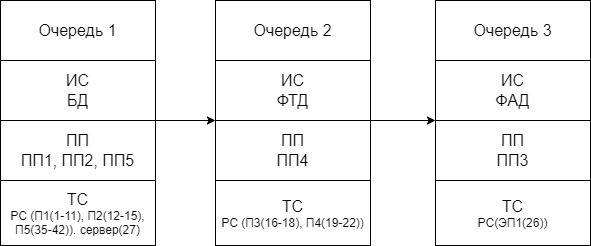
The draw.io diagram PASKurs/лабораторные работы/l6/PAS6.drawio.png in Lenonim/KursPro, before a commit. Source tidied: cells renumbered, new cells last; positions are measured from the earlier drawing's top-left corner, leaving out a move shared by most shapes. Its diagram source:
```xml
<mxGraphModel>
  <root>
    <mxCell id="0" />
    <mxCell id="1" parent="0" />
    <mxCell id="2" style="rounded=0;whiteSpace=wrap;html=1;" parent="1" vertex="1">
      <mxGeometry width="155" height="245" as="geometry" />
    </mxCell>
    <mxCell id="3" value="&lt;font style=&quot;font-size: 16px;&quot;&gt;Очередь 1&lt;/font&gt;" style="rounded=0;whiteSpace=wrap;html=1;" parent="1" vertex="1">
      <mxGeometry width="155" height="60" as="geometry" />
    </mxCell>
    <mxCell id="4" value="&lt;font style=&quot;font-size: 16px;&quot;&gt;ИС&lt;br&gt;БД&lt;br&gt;&lt;/font&gt;" style="rounded=0;whiteSpace=wrap;html=1;" parent="1" vertex="1">
      <mxGeometry y="60" width="155" height="60" as="geometry" />
    </mxCell>
    <mxCell id="5" value="&lt;font style=&quot;&quot;&gt;&lt;span style=&quot;font-size: 16px;&quot;&gt;ПП&lt;/span&gt;&lt;br&gt;&lt;font style=&quot;font-size: 16px;&quot;&gt;ПП1, ПП2, ПП5&lt;/font&gt;&lt;br&gt;&lt;/font&gt;" style="rounded=0;whiteSpace=wrap;html=1;" parent="1" vertex="1">
      <mxGeometry y="120" width="155" height="60" as="geometry" />
    </mxCell>
    <mxCell id="6" value="&lt;font style=&quot;&quot;&gt;&lt;span style=&quot;font-size: 16px;&quot;&gt;ТС&lt;/span&gt;&lt;br&gt;&lt;font style=&quot;font-size: 12px;&quot;&gt;PC (П1(1-11), П2(12-15), П5(35-42)). сервер(27)&lt;/font&gt;&lt;br&gt;&lt;/font&gt;" style="rounded=0;whiteSpace=wrap;html=1;" parent="1" vertex="1">
      <mxGeometry y="180" width="155" height="65" as="geometry" />
    </mxCell>
    <mxCell id="7" style="rounded=0;whiteSpace=wrap;html=1;" parent="1" vertex="1">
      <mxGeometry x="215" width="155" height="245" as="geometry" />
    </mxCell>
    <mxCell id="8" value="&lt;font style=&quot;font-size: 16px;&quot;&gt;Очередь 2&lt;/font&gt;" style="rounded=0;whiteSpace=wrap;html=1;" parent="1" vertex="1">
      <mxGeometry x="215" width="155" height="60" as="geometry" />
    </mxCell>
    <mxCell id="9" value="&lt;font style=&quot;font-size: 16px;&quot;&gt;ИС&lt;br&gt;ФТД&lt;br&gt;&lt;/font&gt;" style="rounded=0;whiteSpace=wrap;html=1;" parent="1" vertex="1">
      <mxGeometry x="215" y="60" width="155" height="60" as="geometry" />
    </mxCell>
    <mxCell id="10" value="&lt;font style=&quot;&quot;&gt;&lt;span style=&quot;font-size: 16px;&quot;&gt;ПП&lt;/span&gt;&lt;br&gt;&lt;font style=&quot;font-size: 16px;&quot;&gt;ПП4&lt;/font&gt;&lt;br&gt;&lt;/font&gt;" style="rounded=0;whiteSpace=wrap;html=1;" parent="1" vertex="1">
      <mxGeometry x="215" y="120" width="155" height="60" as="geometry" />
    </mxCell>
    <mxCell id="11" value="&lt;font style=&quot;&quot;&gt;&lt;span style=&quot;font-size: 16px;&quot;&gt;ТС&lt;/span&gt;&lt;br&gt;PC (П3(16-18), П4(19-22))&lt;br&gt;&lt;/font&gt;" style="rounded=0;whiteSpace=wrap;html=1;" parent="1" vertex="1">
      <mxGeometry x="215" y="180" width="155" height="65" as="geometry" />
    </mxCell>
    <mxCell id="12" style="endArrow=classic;html=1;rounded=0;exitX=1;exitY=1;exitDx=0;exitDy=0;entryX=0;entryY=1;entryDx=0;entryDy=0;" parent="1" edge="1" source="4" target="9">
      <mxGeometry relative="1" as="geometry" />
    </mxCell>
    <mxCell id="13" style="rounded=0;whiteSpace=wrap;html=1;" parent="1" vertex="1">
      <mxGeometry x="435" width="155" height="245" as="geometry" />
    </mxCell>
    <mxCell id="14" value="&lt;font style=&quot;font-size: 16px;&quot;&gt;Очередь 3&lt;/font&gt;" style="rounded=0;whiteSpace=wrap;html=1;" parent="1" vertex="1">
      <mxGeometry x="435" width="155" height="60" as="geometry" />
    </mxCell>
    <mxCell id="15" value="&lt;font style=&quot;font-size: 16px;&quot;&gt;ИС&lt;br&gt;ФАД&lt;br&gt;&lt;/font&gt;" style="rounded=0;whiteSpace=wrap;html=1;" parent="1" vertex="1">
      <mxGeometry x="435" y="60" width="155" height="60" as="geometry" />
    </mxCell>
    <mxCell id="16" value="&lt;font style=&quot;&quot;&gt;&lt;span style=&quot;font-size: 16px;&quot;&gt;ПП&lt;/span&gt;&lt;br&gt;&lt;font style=&quot;font-size: 16px;&quot;&gt;ПП3&lt;/font&gt;&lt;br&gt;&lt;/font&gt;" style="rounded=0;whiteSpace=wrap;html=1;" parent="1" vertex="1">
      <mxGeometry x="435" y="120" width="155" height="60" as="geometry" />
    </mxCell>
    <mxCell id="17" value="&lt;font style=&quot;&quot;&gt;&lt;span style=&quot;font-size: 16px;&quot;&gt;ТС&lt;/span&gt;&lt;br&gt;&lt;font style=&quot;font-size: 12px;&quot;&gt;РС(ЭП1(26))&lt;/font&gt;&lt;br&gt;&lt;/font&gt;" style="rounded=0;whiteSpace=wrap;html=1;" parent="1" vertex="1">
      <mxGeometry x="435" y="180" width="155" height="65" as="geometry" />
    </mxCell>
    <mxCell id="18" style="endArrow=classic;html=1;rounded=0;exitX=1;exitY=1;exitDx=0;exitDy=0;entryX=0;entryY=0;entryDx=0;entryDy=0;" parent="1" edge="1" source="9" target="16">
      <mxGeometry relative="1" as="geometry" />
    </mxCell>
  </root>
</mxGraphModel>
```
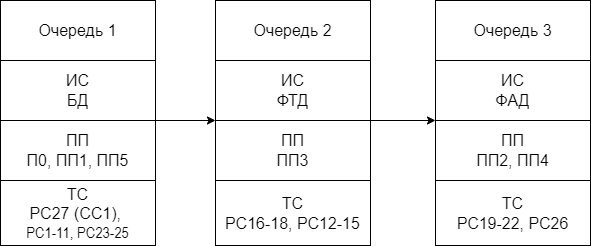
Above is the later version.

Change to the diagram source:
```diff
@@ -11,10 +11,10 @@
     <mxCell id="4" value="&lt;font style=&quot;font-size: 16px;&quot;&gt;ИС&lt;br&gt;БД&lt;br&gt;&lt;/font&gt;" style="rounded=0;whiteSpace=wrap;html=1;" parent="1" vertex="1">
       <mxGeometry y="60" width="155" height="60" as="geometry" />
     </mxCell>
-    <mxCell id="5" value="&lt;font style=&quot;&quot;&gt;&lt;span style=&quot;font-size: 16px;&quot;&gt;ПП&lt;/span&gt;&lt;br&gt;&lt;font style=&quot;font-size: 16px;&quot;&gt;ПП1, ПП2, ПП5&lt;/font&gt;&lt;br&gt;&lt;/font&gt;" style="rounded=0;whiteSpace=wrap;html=1;" parent="1" vertex="1">
+    <mxCell id="5" value="&lt;font style=&quot;&quot;&gt;&lt;span style=&quot;font-size: 16px;&quot;&gt;ПП&lt;/span&gt;&lt;br&gt;&lt;font style=&quot;font-size: 16px;&quot;&gt;П0, ПП1, ПП5&lt;/font&gt;&lt;br&gt;&lt;/font&gt;" style="rounded=0;whiteSpace=wrap;html=1;" parent="1" vertex="1">
       <mxGeometry y="120" width="155" height="60" as="geometry" />
     </mxCell>
-    <mxCell id="6" value="&lt;font style=&quot;&quot;&gt;&lt;span style=&quot;font-size: 16px;&quot;&gt;ТС&lt;/span&gt;&lt;br&gt;&lt;font style=&quot;font-size: 12px;&quot;&gt;PC (П1(1-11), П2(12-15), П5(35-42)). сервер(27)&lt;/font&gt;&lt;br&gt;&lt;/font&gt;" style="rounded=0;whiteSpace=wrap;html=1;" parent="1" vertex="1">
+    <mxCell id="6" value="&lt;font style=&quot;font-size: 16px;&quot;&gt;&lt;span style=&quot;font-size: 16px;&quot;&gt;ТС&lt;br&gt;&lt;/span&gt;&lt;span style=&quot;background-color: initial;&quot;&gt;РС27 (СС1),&amp;nbsp;&lt;br&gt;&lt;/span&gt;&lt;span style=&quot;line-height: 106%; font-family: &amp;quot;Arial Narrow&amp;quot;, sans-serif;&quot;&gt;РС1-11, РС23-25&lt;/span&gt;&lt;br&gt;&lt;/font&gt;" style="rounded=0;whiteSpace=wrap;html=1;" parent="1" vertex="1">
       <mxGeometry y="180" width="155" height="65" as="geometry" />
     </mxCell>
     <mxCell id="7" style="rounded=0;whiteSpace=wrap;html=1;" parent="1" vertex="1">
@@ -26,10 +26,10 @@
     <mxCell id="9" value="&lt;font style=&quot;font-size: 16px;&quot;&gt;ИС&lt;br&gt;ФТД&lt;br&gt;&lt;/font&gt;" style="rounded=0;whiteSpace=wrap;html=1;" parent="1" vertex="1">
       <mxGeometry x="215" y="60" width="155" height="60" as="geometry" />
     </mxCell>
-    <mxCell id="10" value="&lt;font style=&quot;&quot;&gt;&lt;span style=&quot;font-size: 16px;&quot;&gt;ПП&lt;/span&gt;&lt;br&gt;&lt;font style=&quot;font-size: 16px;&quot;&gt;ПП4&lt;/font&gt;&lt;br&gt;&lt;/font&gt;" style="rounded=0;whiteSpace=wrap;html=1;" parent="1" vertex="1">
+    <mxCell id="10" value="&lt;font style=&quot;&quot;&gt;&lt;span style=&quot;font-size: 16px;&quot;&gt;ПП&lt;/span&gt;&lt;br&gt;&lt;font style=&quot;font-size: 16px;&quot;&gt;ПП3&lt;/font&gt;&lt;br&gt;&lt;/font&gt;" style="rounded=0;whiteSpace=wrap;html=1;" parent="1" vertex="1">
       <mxGeometry x="215" y="120" width="155" height="60" as="geometry" />
     </mxCell>
-    <mxCell id="11" value="&lt;font style=&quot;&quot;&gt;&lt;span style=&quot;font-size: 16px;&quot;&gt;ТС&lt;/span&gt;&lt;br&gt;PC (П3(16-18), П4(19-22))&lt;br&gt;&lt;/font&gt;" style="rounded=0;whiteSpace=wrap;html=1;" parent="1" vertex="1">
+    <mxCell id="11" value="&lt;font style=&quot;&quot;&gt;&lt;span style=&quot;font-size: 16px;&quot;&gt;ТС&lt;/span&gt;&lt;br&gt;&lt;font style=&quot;font-size: 16px;&quot;&gt;РС16-18, РС12-15&lt;/font&gt;&lt;br&gt;&lt;/font&gt;" style="rounded=0;whiteSpace=wrap;html=1;" parent="1" vertex="1">
       <mxGeometry x="215" y="180" width="155" height="65" as="geometry" />
     </mxCell>
     <mxCell id="12" style="endArrow=classic;html=1;rounded=0;exitX=1;exitY=1;exitDx=0;exitDy=0;entryX=0;entryY=1;entryDx=0;entryDy=0;" parent="1" edge="1" source="4" target="9">
@@ -44,10 +44,10 @@
     <mxCell id="15" value="&lt;font style=&quot;font-size: 16px;&quot;&gt;ИС&lt;br&gt;ФАД&lt;br&gt;&lt;/font&gt;" style="rounded=0;whiteSpace=wrap;html=1;" parent="1" vertex="1">
       <mxGeometry x="435" y="60" width="155" height="60" as="geometry" />
     </mxCell>
-    <mxCell id="16" value="&lt;font style=&quot;&quot;&gt;&lt;span style=&quot;font-size: 16px;&quot;&gt;ПП&lt;/span&gt;&lt;br&gt;&lt;font style=&quot;font-size: 16px;&quot;&gt;ПП3&lt;/font&gt;&lt;br&gt;&lt;/font&gt;" style="rounded=0;whiteSpace=wrap;html=1;" parent="1" vertex="1">
+    <mxCell id="16" value="&lt;font style=&quot;&quot;&gt;&lt;span style=&quot;font-size: 16px;&quot;&gt;ПП&lt;/span&gt;&lt;br&gt;&lt;font style=&quot;font-size: 16px;&quot;&gt;ПП2, ПП4&lt;/font&gt;&lt;br&gt;&lt;/font&gt;" style="rounded=0;whiteSpace=wrap;html=1;" parent="1" vertex="1">
       <mxGeometry x="435" y="120" width="155" height="60" as="geometry" />
     </mxCell>
-    <mxCell id="17" value="&lt;font style=&quot;&quot;&gt;&lt;span style=&quot;font-size: 16px;&quot;&gt;ТС&lt;/span&gt;&lt;br&gt;&lt;font style=&quot;font-size: 12px;&quot;&gt;РС(ЭП1(26))&lt;/font&gt;&lt;br&gt;&lt;/font&gt;" style="rounded=0;whiteSpace=wrap;html=1;" parent="1" vertex="1">
+    <mxCell id="17" value="&lt;font style=&quot;&quot;&gt;&lt;span style=&quot;font-size: 16px;&quot;&gt;ТС&lt;/span&gt;&lt;br&gt;&lt;font style=&quot;font-size: 16px;&quot;&gt;РС19-22, РС26&lt;/font&gt;&lt;br&gt;&lt;/font&gt;" style="rounded=0;whiteSpace=wrap;html=1;" parent="1" vertex="1">
       <mxGeometry x="435" y="180" width="155" height="65" as="geometry" />
     </mxCell>
     <mxCell id="18" style="endArrow=classic;html=1;rounded=0;exitX=1;exitY=1;exitDx=0;exitDy=0;entryX=0;entryY=0;entryDx=0;entryDy=0;" parent="1" edge="1" source="9" target="16">
```
